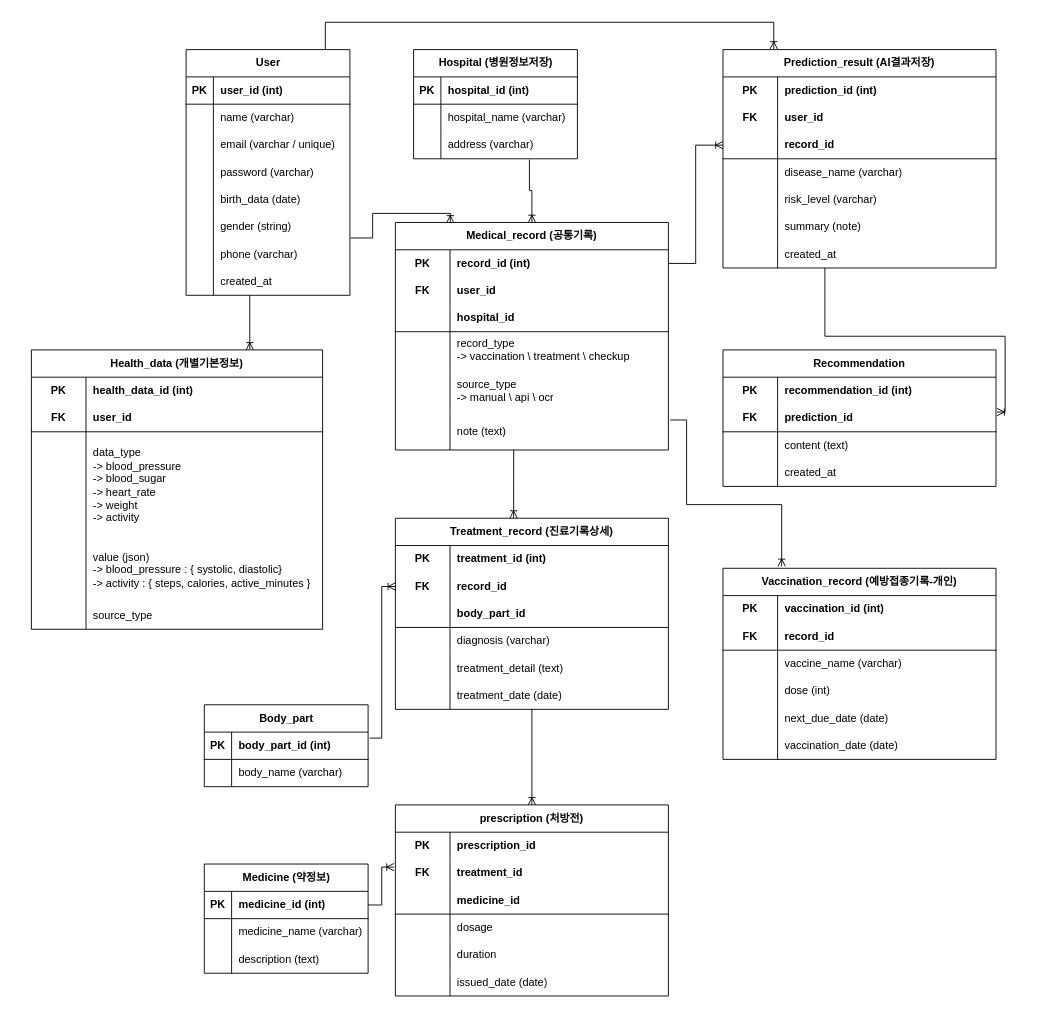
Earlier version of the draw.io diagram 소웨공_erd_start.drawio (seohyun-1029/healthcare). Source tidied: cells renumbered, new cells numbered last; positions are measured from the earlier drawing's top-left corner, leaving out a move shared by most shapes. Both pictures are drawn from the tidied source at 91%, with x=0, y=0 at pixel (31, 22).
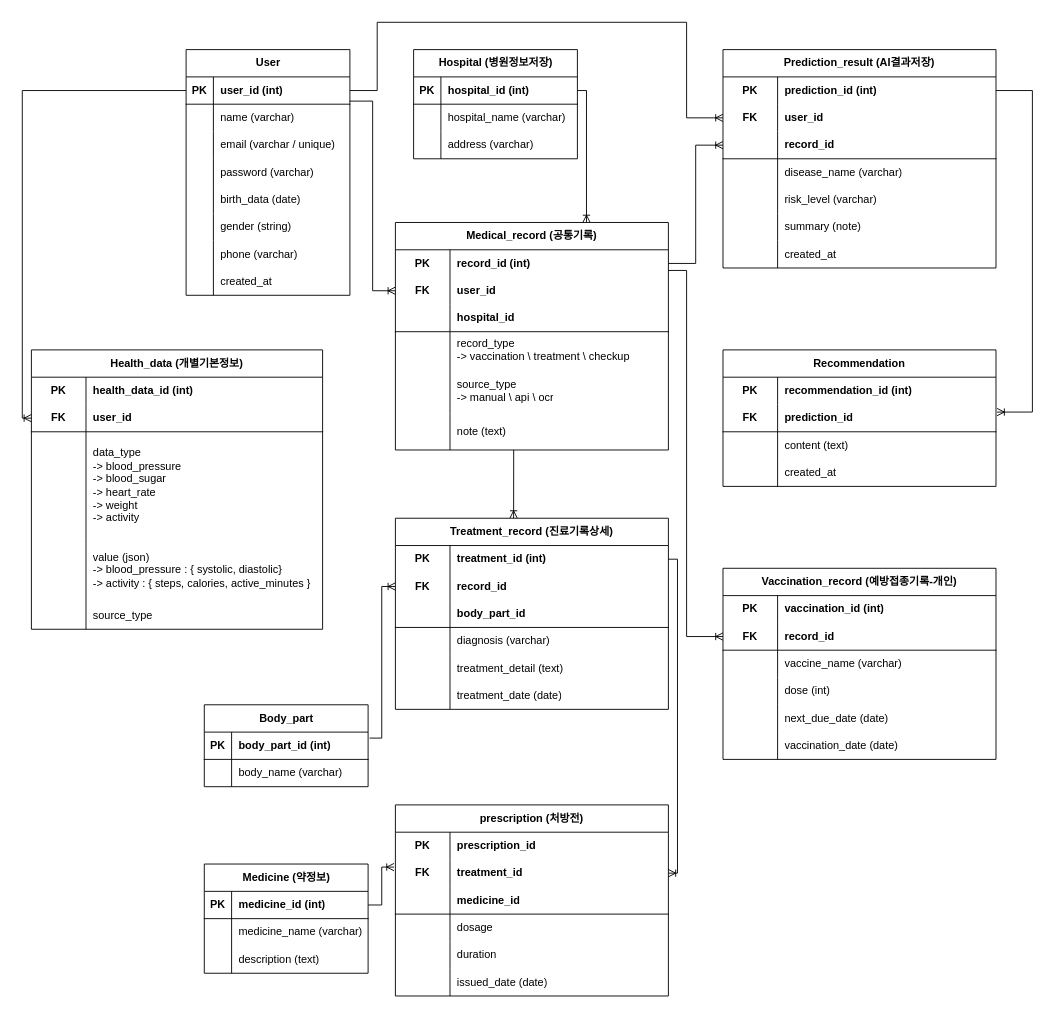
The same page after the edit.

The change refers to these unchanged cells:
```xml
<mxCell id="2" value="User" style="shape=table;startSize=30;childLayout=tableLayout;rowLines=0;fontStyle=1;align=center;html=1;" parent="1" vertex="1">
  <mxGeometry x="170" y="30" width="180" height="270" as="geometry" />
</mxCell>
<mxCell id="3" style="shape=tableRow;horizontal=0;startSize=0;swimlaneHead=0;swimlaneBody=0;fillColor=none;points=[[0,0.5],[1,0.5]];portConstraint=eastwest;top=0;left=0;right=0;bottom=1;" parent="2" vertex="1">
  <mxGeometry y="30" width="180" height="30" as="geometry" />
</mxCell>
<mxCell id="6" style="shape=tableRow;horizontal=0;startSize=0;swimlaneHead=0;swimlaneBody=0;fillColor=none;points=[[0,0.5],[1,0.5]];portConstraint=eastwest;top=0;left=0;right=0;bottom=0;" parent="2" vertex="1">
  <mxGeometry y="60" width="180" height="30" as="geometry" />
</mxCell>
<mxCell id="21" style="shape=tableRow;horizontal=0;startSize=0;swimlaneHead=0;swimlaneBody=0;fillColor=none;points=[[0,0.5],[1,0.5]];portConstraint=eastwest;top=0;left=0;right=0;bottom=0;" parent="2" vertex="1">
  <mxGeometry y="210" width="180" height="30" as="geometry" />
</mxCell>
<mxCell id="27" value="Health_data (개별기본정보)" style="shape=table;startSize=30;childLayout=tableLayout;rowLines=0;fontStyle=1;align=center;html=1;whiteSpace=wrap;" parent="1" vertex="1">
  <mxGeometry y="360" width="320" height="307" as="geometry" />
</mxCell>
<mxCell id="31" style="shape=tableRow;horizontal=0;startSize=0;swimlaneHead=0;swimlaneBody=0;fillColor=none;points=[[0,0.5],[1,0.5]];portConstraint=eastwest;top=0;left=0;right=0;bottom=1;html=1;" parent="27" vertex="1">
  <mxGeometry y="60" width="320" height="30" as="geometry" />
</mxCell>
<mxCell id="43" value="Medical_record (공통기록)" style="shape=table;startSize=30;childLayout=tableLayout;rowLines=0;fontStyle=1;align=center;html=1;whiteSpace=wrap;" parent="1" vertex="1">
  <mxGeometry x="400" y="220" width="300" height="250" as="geometry" />
</mxCell>
<mxCell id="44" style="shape=tableRow;horizontal=0;startSize=0;swimlaneHead=0;swimlaneBody=0;fillColor=none;points=[[0,0.5],[1,0.5]];portConstraint=eastwest;top=0;left=0;right=0;bottom=0;html=1;" parent="43" vertex="1">
  <mxGeometry y="30" width="300" height="30" as="geometry" />
</mxCell>
<mxCell id="47" style="shape=tableRow;horizontal=0;startSize=0;swimlaneHead=0;swimlaneBody=0;fillColor=none;points=[[0,0.5],[1,0.5]];portConstraint=eastwest;top=0;left=0;right=0;bottom=1;html=1;strokeColor=inherit;swimlaneFillColor=none;swimlaneLine=0;opacity=0;" parent="43" vertex="1">
  <mxGeometry y="60" width="300" height="30" as="geometry" />
</mxCell>
<mxCell id="59" style="shape=tableRow;horizontal=0;startSize=0;swimlaneHead=0;swimlaneBody=0;fillColor=none;points=[[0,0.5],[1,0.5]];portConstraint=eastwest;top=0;left=0;right=0;bottom=0;html=1;" parent="43" vertex="1">
  <mxGeometry y="210" width="300" height="40" as="geometry" />
</mxCell>
<mxCell id="62" value="Prediction_result (AI결과저장)" style="shape=table;startSize=30;childLayout=tableLayout;rowLines=0;fontStyle=1;align=center;html=1;whiteSpace=wrap;" parent="1" vertex="1">
  <mxGeometry x="760" y="30" width="300" height="240" as="geometry" />
</mxCell>
<mxCell id="63" style="shape=tableRow;horizontal=0;startSize=0;swimlaneHead=0;swimlaneBody=0;fillColor=none;points=[[0,0.5],[1,0.5]];portConstraint=eastwest;top=0;left=0;right=0;bottom=0;html=1;" parent="62" vertex="1">
  <mxGeometry y="30" width="300" height="30" as="geometry" />
</mxCell>
<mxCell id="66" style="shape=tableRow;horizontal=0;startSize=0;swimlaneHead=0;swimlaneBody=0;fillColor=none;points=[[0,0.5],[1,0.5]];portConstraint=eastwest;top=0;left=0;right=0;bottom=1;html=1;strokeColor=inherit;swimlaneFillColor=none;swimlaneLine=0;opacity=0;" parent="62" vertex="1">
  <mxGeometry y="60" width="300" height="30" as="geometry" />
</mxCell>
<mxCell id="85" style="shape=tableRow;horizontal=0;startSize=0;swimlaneHead=0;swimlaneBody=0;fillColor=none;points=[[0,0.5],[1,0.5]];portConstraint=eastwest;top=0;left=0;right=0;bottom=1;" parent="84" vertex="1">
  <mxGeometry y="30" width="180" height="30" as="geometry" />
</mxCell>
<mxCell id="91" style="shape=tableRow;horizontal=0;startSize=0;swimlaneHead=0;swimlaneBody=0;fillColor=none;points=[[0,0.5],[1,0.5]];portConstraint=eastwest;top=0;left=0;right=0;bottom=0;" parent="84" vertex="1">
  <mxGeometry y="90" width="180" height="30" as="geometry" />
</mxCell>
<mxCell id="102" style="shape=tableRow;horizontal=0;startSize=0;swimlaneHead=0;swimlaneBody=0;fillColor=none;points=[[0,0.5],[1,0.5]];portConstraint=eastwest;top=0;left=0;right=0;bottom=0;html=1;" parent="101" vertex="1">
  <mxGeometry y="30" width="300" height="30" as="geometry" />
</mxCell>
<mxCell id="117" style="shape=tableRow;horizontal=0;startSize=0;swimlaneHead=0;swimlaneBody=0;fillColor=none;points=[[0,0.5],[1,0.5]];portConstraint=eastwest;top=0;left=0;right=0;bottom=0;html=1;" parent="101" vertex="1">
  <mxGeometry y="180" width="300" height="30" as="geometry" />
</mxCell>
<mxCell id="124" style="shape=tableRow;horizontal=0;startSize=0;swimlaneHead=0;swimlaneBody=0;fillColor=none;points=[[0,0.5],[1,0.5]];portConstraint=eastwest;top=0;left=0;right=0;bottom=1;html=1;" parent="120" vertex="1">
  <mxGeometry y="60" width="300" height="30" as="geometry" />
</mxCell>
<mxCell id="133" value="Vaccination_record (예방접종기록-개인)" style="shape=table;startSize=30;childLayout=tableLayout;rowLines=0;fontStyle=1;align=center;html=1;whiteSpace=wrap;" parent="1" vertex="1">
  <mxGeometry x="760" y="600" width="300" height="210" as="geometry" />
</mxCell>
<mxCell id="137" style="shape=tableRow;horizontal=0;startSize=0;swimlaneHead=0;swimlaneBody=0;fillColor=none;points=[[0,0.5],[1,0.5]];portConstraint=eastwest;top=0;left=0;right=0;bottom=1;html=1;" parent="133" vertex="1">
  <mxGeometry y="60" width="300" height="30" as="geometry" />
</mxCell>
<mxCell id="162" value="prescription (처방전)" style="shape=table;startSize=30;childLayout=tableLayout;rowLines=0;fontStyle=1;align=center;html=1;whiteSpace=wrap;" parent="1" vertex="1">
  <mxGeometry x="400" y="860" width="300" height="210" as="geometry" />
</mxCell>
<mxCell id="166" style="shape=tableRow;horizontal=0;startSize=0;swimlaneHead=0;swimlaneBody=0;fillColor=none;points=[[0,0.5],[1,0.5]];portConstraint=eastwest;top=0;left=0;right=0;bottom=1;html=1;strokeColor=inherit;swimlaneFillColor=none;swimlaneLine=0;opacity=0;" parent="162" vertex="1">
  <mxGeometry y="60" width="300" height="30" as="geometry" />
</mxCell>
```

Diff of the diagram source:
```diff
@@
-    <mxCell id="181" style="fontSize=12;html=1;endArrow=ERoneToMany;rounded=0;entryX=0.75;entryY=0;entryDx=0;entryDy=0;" parent="1" edge="1" target="27">
-      <mxGeometry relative="1" as="geometry">
-        <mxPoint x="240" y="300" as="sourcePoint" />
-      </mxGeometry>
+    <mxCell id="181" style="fontSize=12;html=1;endArrow=ERoneToMany;rounded=0;entryX=0;entryY=0.5;entryDx=0;entryDy=0;exitX=0;exitY=0.5;exitDx=0;exitDy=0;edgeStyle=orthogonalEdgeStyle;" parent="1" edge="1" source="3" target="31">
+      <mxGeometry relative="1" as="geometry" />
     </mxCell>
-    <mxCell id="182" style="fontSize=12;html=1;endArrow=ERoneToMany;rounded=0;entryX=0.201;entryY=0.002;entryDx=0;entryDy=0;exitX=1.004;exitY=-0.099;exitDx=0;exitDy=0;exitPerimeter=0;entryPerimeter=0;edgeStyle=orthogonalEdgeStyle;" parent="1" edge="1" source="21" target="43">
+    <mxCell id="182" style="fontSize=12;html=1;endArrow=ERoneToMany;rounded=0;entryX=0;entryY=0.5;entryDx=0;entryDy=0;exitX=0.998;exitY=-0.113;exitDx=0;exitDy=0;exitPerimeter=0;edgeStyle=orthogonalEdgeStyle;" parent="1" edge="1" source="6" target="47">
       <mxGeometry relative="1" as="geometry" />
     </mxCell>
-    <mxCell id="183" style="fontSize=12;html=1;endArrow=ERoneToMany;rounded=0;entryX=0.186;entryY=-0.003;entryDx=0;entryDy=0;entryPerimeter=0;edgeStyle=orthogonalEdgeStyle;" parent="1" edge="1" source="2" target="62">
+    <mxCell id="183" style="fontSize=12;html=1;endArrow=ERoneToMany;rounded=0;entryX=0;entryY=0.5;entryDx=0;entryDy=0;edgeStyle=orthogonalEdgeStyle;exitX=1;exitY=0.5;exitDx=0;exitDy=0;" parent="1" edge="1" source="3" target="66">
       <mxGeometry relative="1" as="geometry">
         <Array as="points">
-          <mxPoint x="323" />
-          <mxPoint x="816" />
+          <mxPoint x="380" y="75" />
+          <mxPoint x="380" />
+          <mxPoint x="720" />
+          <mxPoint x="720" y="105" />
         </Array>
       </mxGeometry>
     </mxCell>
-    <mxCell id="184" style="fontSize=12;html=1;endArrow=ERoneToMany;rounded=0;entryX=0.5;entryY=0;entryDx=0;entryDy=0;exitX=0.707;exitY=1.032;exitDx=0;exitDy=0;exitPerimeter=0;edgeStyle=orthogonalEdgeStyle;" parent="1" edge="1" source="91" target="43">
-      <mxGeometry relative="1" as="geometry" />
+    <mxCell id="184" style="fontSize=12;html=1;endArrow=ERoneToMany;rounded=0;exitX=1;exitY=0.5;exitDx=0;exitDy=0;edgeStyle=orthogonalEdgeStyle;" parent="1" edge="1" source="85">
+      <mxGeometry relative="1" as="geometry">
+        <mxPoint x="610" y="220" as="targetPoint" />
+        <Array as="points">
+          <mxPoint x="610" y="75" />
+          <mxPoint x="610" y="220" />
+        </Array>
+      </mxGeometry>
     </mxCell>
@@
-    <mxCell id="186" style="fontSize=12;html=1;endArrow=ERoneToMany;rounded=0;entryX=0.215;entryY=-0.01;entryDx=0;entryDy=0;exitX=1.007;exitY=0.176;exitDx=0;exitDy=0;exitPerimeter=0;entryPerimeter=0;edgeStyle=orthogonalEdgeStyle;" parent="1" edge="1" source="59" target="133">
+    <mxCell id="186" style="fontSize=12;html=1;endArrow=ERoneToMany;rounded=0;entryX=0;entryY=0.5;entryDx=0;entryDy=0;exitX=1;exitY=0.757;exitDx=0;exitDy=0;exitPerimeter=0;edgeStyle=orthogonalEdgeStyle;" parent="1" edge="1" source="44" target="137">
       <mxGeometry relative="1" as="geometry">
         <Array as="points">
-          <mxPoint x="720" y="437" />
-          <mxPoint x="720" y="530" />
-          <mxPoint x="824" y="530" />
+          <mxPoint x="720" y="273" />
+          <mxPoint x="720" y="675" />
         </Array>
       </mxGeometry>
     </mxCell>
-    <mxCell id="187" style="fontSize=12;html=1;endArrow=ERoneToMany;rounded=0;entryX=0.5;entryY=0;entryDx=0;entryDy=0;curved=0;exitX=0.5;exitY=0.981;exitDx=0;exitDy=0;exitPerimeter=0;" parent="1" edge="1" source="117" target="162">
+    <mxCell id="187" style="fontSize=12;html=1;endArrow=ERoneToMany;rounded=0;entryX=1;entryY=0.5;entryDx=0;entryDy=0;exitX=1;exitY=0.5;exitDx=0;exitDy=0;edgeStyle=orthogonalEdgeStyle;" parent="1" edge="1" source="102" target="166">
       <mxGeometry relative="1" as="geometry" />
     </mxCell>
@@
-    <mxCell id="190" style="fontSize=12;html=1;endArrow=ERoneToMany;rounded=0;entryX=1.004;entryY=0.278;entryDx=0;entryDy=0;entryPerimeter=0;edgeStyle=orthogonalEdgeStyle;" parent="1" edge="1" target="124">
+    <mxCell id="190" style="fontSize=12;html=1;endArrow=ERoneToMany;rounded=0;entryX=1.004;entryY=0.278;entryDx=0;entryDy=0;entryPerimeter=0;edgeStyle=orthogonalEdgeStyle;exitX=1;exitY=0.5;exitDx=0;exitDy=0;" parent="1" edge="1" source="63" target="124">
       <mxGeometry relative="1" as="geometry">
-        <mxPoint x="872" y="270" as="sourcePoint" />
         <Array as="points">
-          <mxPoint x="872" y="345" />
-          <mxPoint x="1070" y="345" />
-          <mxPoint x="1070" y="428" />
+          <mxPoint x="1100" y="75" />
+          <mxPoint x="1100" y="428" />
         </Array>
       </mxGeometry>
     </mxCell>
```
